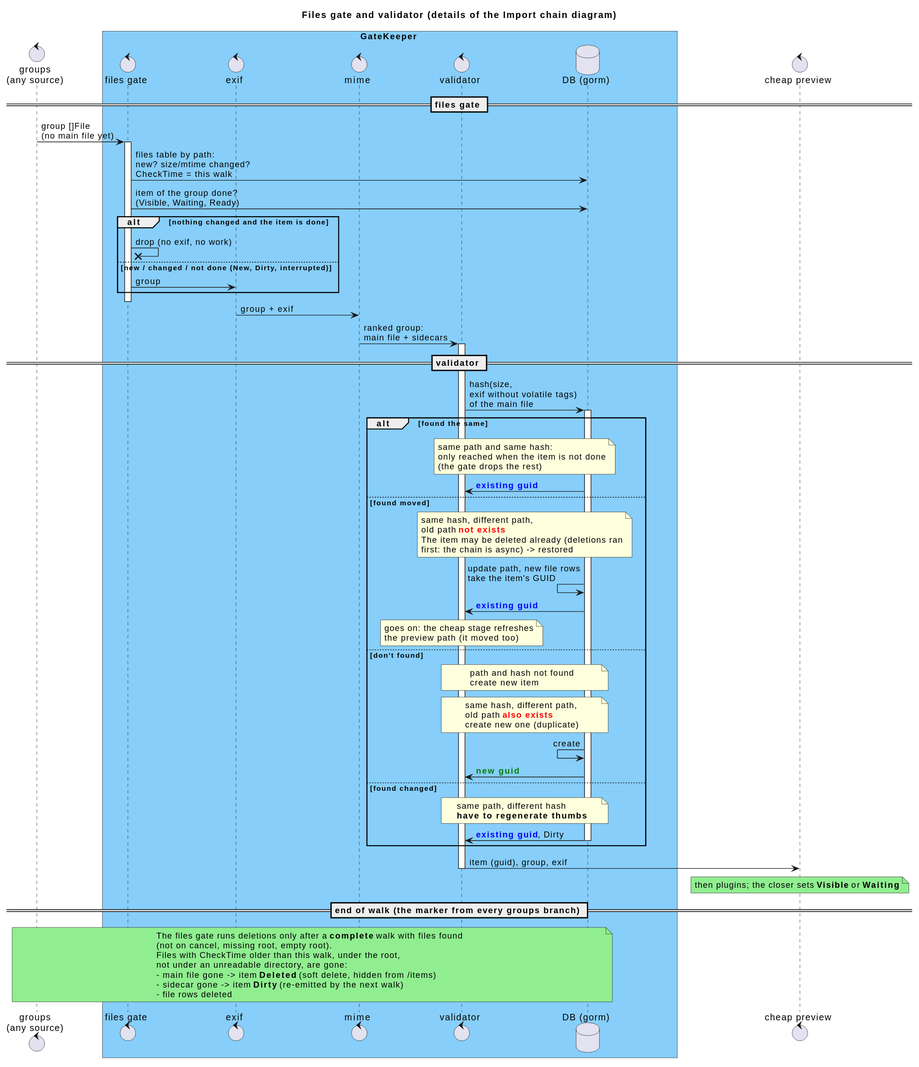
Above: _sb/diagrams/Walker and validating.svg in eggs-gd/Perceptrail (PlantUML), before the change.
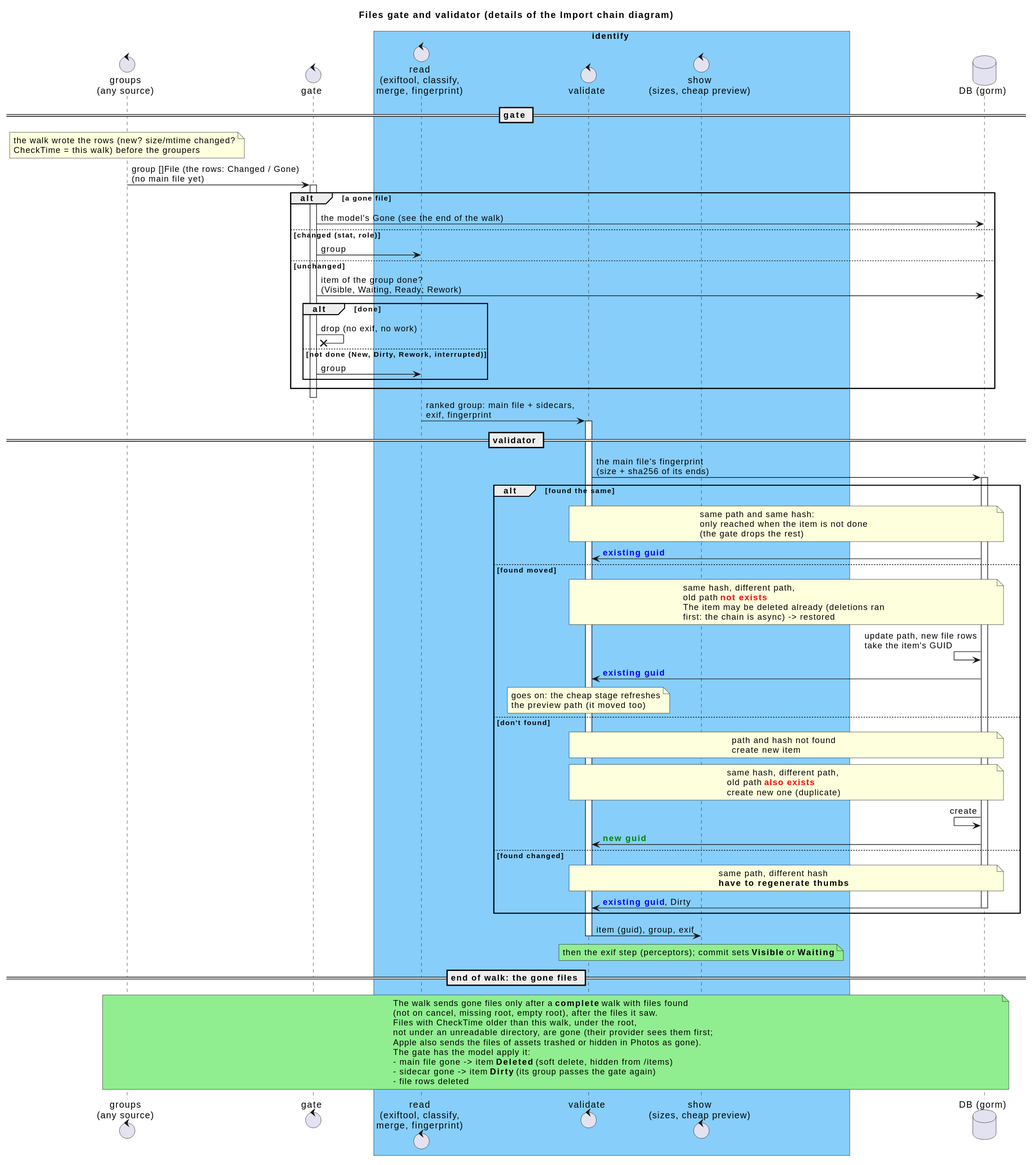
After the commit.

What changed in the source:
```diff
@@ -4,35 +4,39 @@
 title Files gate and validator (details of the Import chain diagram)
 
 control "groups\n(any source)" as Groups
-box GateKeeper #LightSkyBlue
-control "files gate" as Gate
-control "exif" as Exif
-control "mime" as Mime
-control "validator" as Validator
+control "gate" as Gate
+box identify #LightSkyBlue
+control "read\n(exiftool, classify,\nmerge, fingerprint)" as Exif
+control "validate" as Validator
+control "show\n(sizes, cheap preview)" as Transcode
+end box
 database "DB (gorm)" as DB
-end box
-control "cheap preview" as Transcode
 
-== files gate ==
+== gate ==
 
-Groups -> Gate: group []File\n(no main file yet)
+note over Groups: the walk wrote the rows (new? size/mtime changed?\nCheckTime = this walk) before the groupers
+Groups -> Gate: group []File (the rows: Changed / Gone)\n(no main file yet)
 activate Gate
-Gate -> DB: files table by path:\nnew? size/mtime changed?\nCheckTime = this walk
-Gate -> DB: item of the group done?\n(Visible, Waiting, Ready)
-alt nothing changed and the item is done
-    Gate ->x Gate: drop (no exif, no work)
-else new / changed / not done (New, Dirty, interrupted)
+alt a gone file
+    Gate -> DB: the model's Gone (see the end of the walk)
+else changed (stat, role)
     Gate -> Exif: group
+else unchanged
+    Gate -> DB: item of the group done?\n(Visible, Waiting, Ready; Rework)
+    alt done
+        Gate ->x Gate: drop (no exif, no work)
+    else not done (New, Dirty, Rework, interrupted)
+        Gate -> Exif: group
+    end
 end
 deactivate Gate
 
-Exif -> Mime: group + exif
-Mime -> Validator: ranked group:\nmain file + sidecars
+Exif -> Validator: ranked group: main file + sidecars,\nexif, fingerprint
 activate Validator
 
 == validator ==
 
-Validator -> DB: hash(size,\nexif without volatile tags)\nof the main file
+Validator -> DB: the main file's fingerprint\n(size + sha256 of its ends)
 activate DB
 
 alt found the same
@@ -78,17 +82,19 @@
 
 Validator -> Transcode: item (guid), group, exif
 deactivate Validator
-note over Transcode #LightGreen: then plugins; the closer sets <b>Visible</b> or <b>Waiting</b>
+note over Transcode #LightGreen: then the exif step (perceptors); commit sets <b>Visible</b> or <b>Waiting</b>
 
-== end of walk (the marker from every groups branch) ==
+== end of walk: the gone files ==
 
 note over Groups, DB #LightGreen
-The files gate runs deletions only after a <b>complete</b> walk with files found
-(not on cancel, missing root, empty root).
+The walk sends gone files only after a <b>complete</b> walk with files found
+(not on cancel, missing root, empty root), after the files it saw.
 Files with CheckTime older than this walk, under the root,
-not under an unreadable directory, are gone:
+not under an unreadable directory, are gone (their provider sees them first;
+Apple also sends the files of assets trashed or hidden in Photos as gone).
+The gate has the model apply it:
 - main file gone -> item <b>Deleted</b> (soft delete, hidden from /items)
-- sidecar gone -> item <b>Dirty</b> (re-emitted by the next walk)
+- sidecar gone -> item <b>Dirty</b> (its group passes the gate again)
 - file rows deleted
 end note
 @enduml
```
